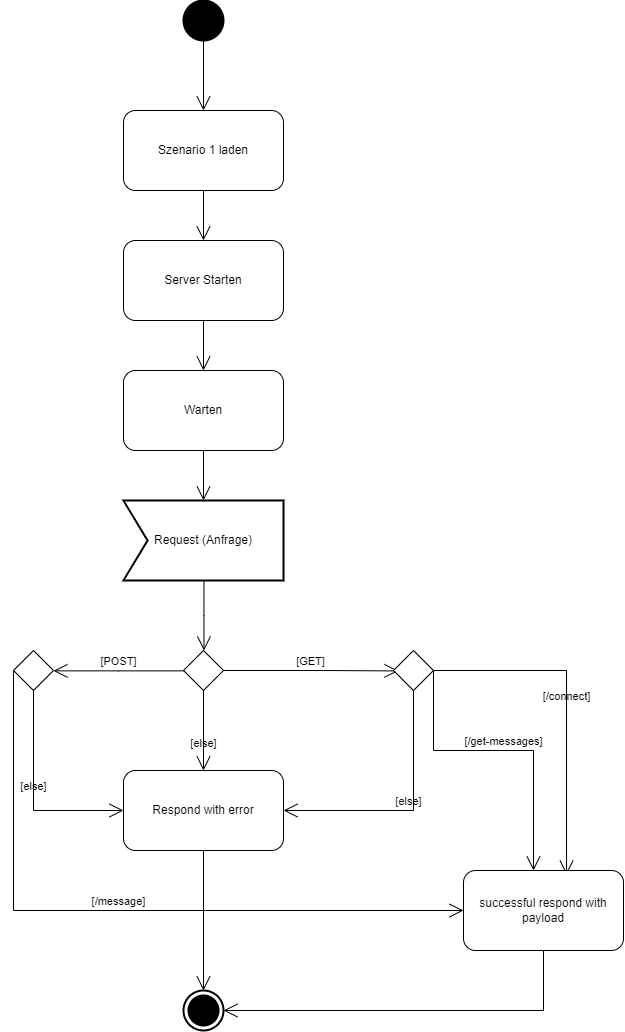
MoritzSkrepek/Diplomschrift keeps this draw.io diagram as images/serverStart.png. Above is the earlier version. Source tidied: cells renumbered, new cells last; positions are measured from the earlier drawing's top-left corner, leaving out a move shared by most shapes.
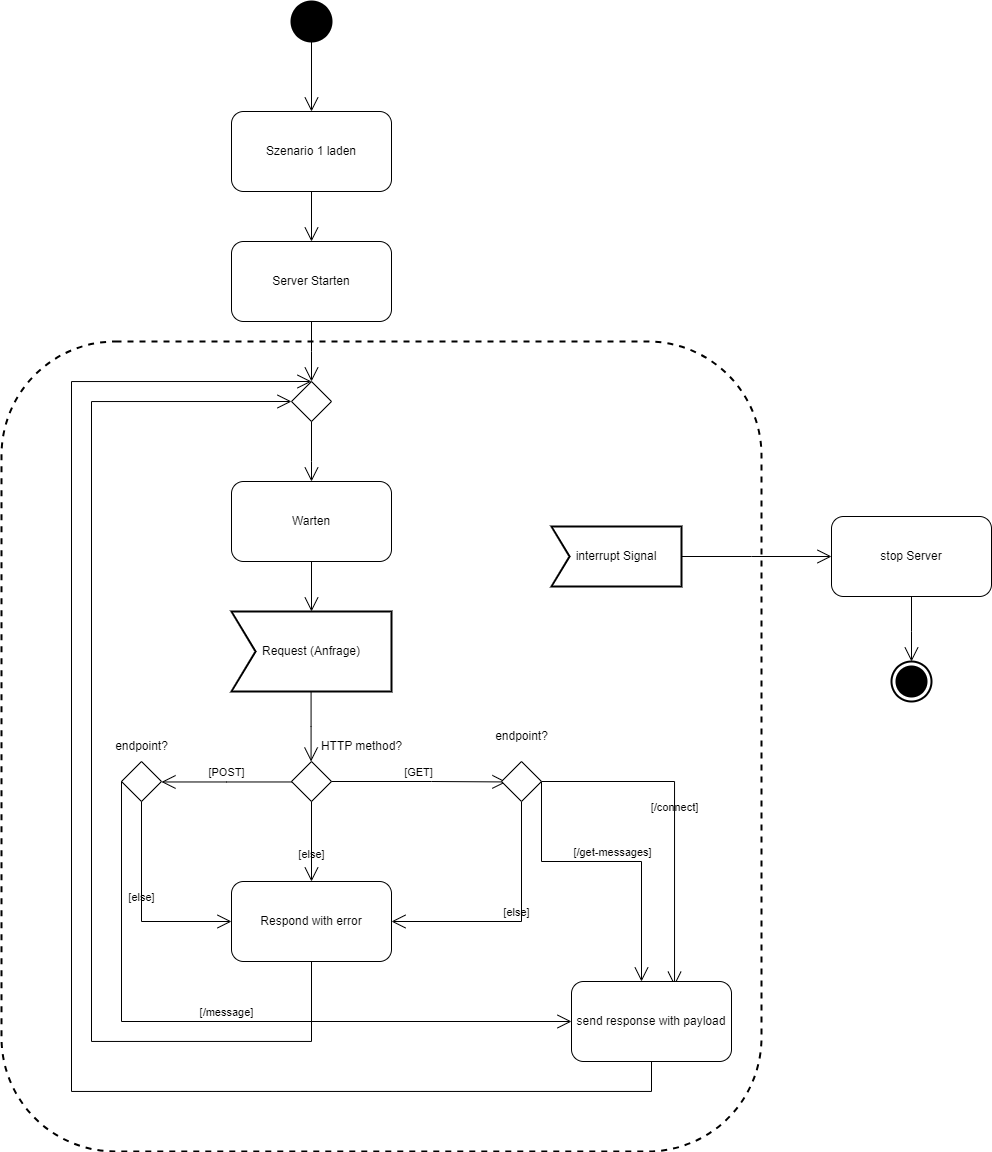
Above is the later version.

Commit message:
Server diagramm update

What changed in the source:
```diff
@@ -2,14 +2,17 @@
   <root>
     <mxCell id="0" />
     <mxCell id="1" parent="0" />
+    <mxCell id="28" style="shape=rect;html=1;rounded=1;dashed=1;strokeWidth=2;verticalAlign=top;whiteSpace=wrap;align=center;fillColor=none;" parent="1" vertex="1">
+      <mxGeometry x="-120" y="230" width="760" height="810" as="geometry" />
+    </mxCell>
     <mxCell id="2" style="shape=ellipse;html=1;fillColor=strokeColor;strokeWidth=2;verticalLabelPosition=bottom;verticalAlignment=top;perimeter=ellipsePerimeter;" parent="1" vertex="1">
-      <mxGeometry x="170" width="40" height="40" as="geometry" />
+      <mxGeometry x="170" y="-110" width="40" height="40" as="geometry" />
     </mxCell>
     <mxCell id="3" value="Szenario 1 laden" style="shape=rect;html=1;rounded=1;whiteSpace=wrap;align=center;" parent="1" vertex="1">
-      <mxGeometry x="110" y="110" width="160" height="80" as="geometry" />
+      <mxGeometry x="110" width="160" height="80" as="geometry" />
     </mxCell>
     <mxCell id="4" value="Server Starten" style="shape=rect;html=1;rounded=1;whiteSpace=wrap;align=center;" parent="1" vertex="1">
-      <mxGeometry x="110" y="240" width="160" height="80" as="geometry" />
+      <mxGeometry x="110" y="130" width="160" height="80" as="geometry" />
     </mxCell>
     <mxCell id="5" value="Warten" style="shape=rect;html=1;rounded=1;whiteSpace=wrap;align=center;" parent="1" vertex="1">
       <mxGeometry x="110" y="370" width="160" height="80" as="geometry" />
@@ -75,7 +78,7 @@
         </Array>
       </mxGeometry>
     </mxCell>
-    <mxCell id="18" value="successful respond with payload" style="shape=rect;html=1;rounded=1;whiteSpace=wrap;align=center;" parent="1" vertex="1">
+    <mxCell id="18" value="send response with payload" style="shape=rect;html=1;rounded=1;whiteSpace=wrap;align=center;" parent="1" vertex="1">
       <mxGeometry x="450" y="870" width="160" height="80" as="geometry" />
     </mxCell>
     <mxCell id="19" value="Respond with error" style="shape=rect;html=1;rounded=1;whiteSpace=wrap;align=center;" parent="1" vertex="1">
@@ -88,24 +91,24 @@
         </Array>
       </mxGeometry>
     </mxCell>
-    <mxCell id="21" style="edgeStyle=elbowEdgeStyle;html=1;elbow=horizontal;align=right;verticalAlign=bottom;endArrow=none;rounded=0;labelBackgroundColor=none;startArrow=open;startSize=12;" parent="1" edge="1" source="5" target="4">
+    <mxCell id="21" style="edgeStyle=elbowEdgeStyle;html=1;elbow=horizontal;align=right;verticalAlign=bottom;endArrow=none;rounded=0;labelBackgroundColor=none;startArrow=open;startSize=12;" parent="1" edge="1" source="29" target="4">
       <mxGeometry relative="1" as="geometry">
         <Array as="points">
-          <mxPoint x="160" y="435" />
+          <mxPoint x="190" y="240" />
         </Array>
       </mxGeometry>
     </mxCell>
     <mxCell id="22" style="edgeStyle=elbowEdgeStyle;html=1;elbow=horizontal;align=right;verticalAlign=bottom;endArrow=none;rounded=0;labelBackgroundColor=none;startArrow=open;startSize=12;" parent="1" edge="1" source="4" target="3">
       <mxGeometry relative="1" as="geometry">
         <Array as="points">
-          <mxPoint x="180" y="250" />
+          <mxPoint x="180" y="140" />
         </Array>
       </mxGeometry>
     </mxCell>
     <mxCell id="23" style="edgeStyle=elbowEdgeStyle;html=1;elbow=horizontal;align=right;verticalAlign=bottom;endArrow=none;rounded=0;labelBackgroundColor=none;startArrow=open;startSize=12;" parent="1" edge="1" source="3" target="2">
       <mxGeometry relative="1" as="geometry">
         <Array as="points">
-          <mxPoint x="190" y="190" />
+          <mxPoint x="190" y="80" />
         </Array>
       </mxGeometry>
     </mxCell>
@@ -113,21 +116,64 @@
       <mxGeometry x="380" y="650" width="40" height="40" as="geometry" />
     </mxCell>
     <mxCell id="25" style="html=1;shape=mxgraph.sysml.actFinal;strokeWidth=2;verticalLabelPosition=bottom;verticalAlignment=top;" parent="1" vertex="1">
-      <mxGeometry x="170" y="990" width="40" height="40" as="geometry" />
+      <mxGeometry x="770" y="550" width="40" height="40" as="geometry" />
     </mxCell>
-    <mxCell id="26" style="edgeStyle=elbowEdgeStyle;html=1;elbow=horizontal;align=right;verticalAlign=bottom;endArrow=none;rounded=0;labelBackgroundColor=none;startArrow=open;startSize=12;" parent="1" edge="1" source="25" target="19">
+    <mxCell id="26" style="edgeStyle=orthogonalEdgeStyle;html=1;elbow=horizontal;align=right;verticalAlign=bottom;endArrow=none;rounded=0;labelBackgroundColor=none;startArrow=open;startSize=12;exitX=0;exitY=0.5;exitDx=0;exitDy=0;entryX=0.5;entryY=1;entryDx=0;entryDy=0;" parent="1" edge="1" source="29" target="19">
       <mxGeometry relative="1" as="geometry">
         <Array as="points">
-          <mxPoint x="190" y="910" />
+          <mxPoint x="-30" y="290" />
+          <mxPoint x="-30" y="930" />
+          <mxPoint x="190" y="930" />
         </Array>
       </mxGeometry>
     </mxCell>
-    <mxCell id="27" style="edgeStyle=elbowEdgeStyle;html=1;elbow=horizontal;align=right;verticalAlign=bottom;endArrow=none;rounded=0;labelBackgroundColor=none;startArrow=open;startSize=12;entryX=0.5;entryY=1;entryDx=0;entryDy=0;exitX=1;exitY=0.5;exitDx=0;exitDy=0;exitPerimeter=0;" parent="1" edge="1" source="25" target="18">
+    <mxCell id="27" style="edgeStyle=orthogonalEdgeStyle;html=1;elbow=horizontal;align=right;verticalAlign=bottom;endArrow=none;rounded=0;labelBackgroundColor=none;startArrow=open;startSize=12;entryX=0.5;entryY=1;entryDx=0;entryDy=0;exitX=0.5;exitY=0;exitDx=0;exitDy=0;" parent="1" edge="1" source="29" target="18">
       <mxGeometry relative="1" as="geometry">
         <Array as="points">
-          <mxPoint x="530" y="1000" />
+          <mxPoint x="-50" y="270" />
+          <mxPoint x="-50" y="980" />
+          <mxPoint x="530" y="980" />
         </Array>
       </mxGeometry>
     </mxCell>
+    <mxCell id="29" style="shape=rhombus;html=1;verticalLabelPosition=bottom;verticalAlignment=top;" parent="1" vertex="1">
+      <mxGeometry x="170" y="270" width="40" height="40" as="geometry" />
+    </mxCell>
+    <mxCell id="30" style="edgeStyle=elbowEdgeStyle;html=1;elbow=horizontal;align=right;verticalAlign=bottom;endArrow=none;rounded=0;labelBackgroundColor=none;startArrow=open;startSize=12;" parent="1" edge="1" source="5" target="29">
+      <mxGeometry relative="1" as="geometry">
+        <Array as="points">
+          <mxPoint x="190" y="350" />
+        </Array>
+      </mxGeometry>
+    </mxCell>
+    <mxCell id="31" value="interrupt Signal" style="html=1;shape=mxgraph.sysml.accEvent;strokeWidth=2;whiteSpace=wrap;align=center;" parent="1" vertex="1">
+      <mxGeometry x="430" y="415" width="130" height="60" as="geometry" />
+    </mxCell>
+    <mxCell id="32" style="edgeStyle=elbowEdgeStyle;html=1;elbow=horizontal;align=right;verticalAlign=bottom;endArrow=none;rounded=0;labelBackgroundColor=none;startArrow=open;startSize=12;entryX=1;entryY=0.5;entryDx=0;entryDy=0;entryPerimeter=0;exitX=0;exitY=0.5;exitDx=0;exitDy=0;" parent="1" edge="1" source="33" target="31">
+      <mxGeometry relative="1" as="geometry">
+        <Array as="points">
+          <mxPoint x="630" y="440" />
+        </Array>
+      </mxGeometry>
+    </mxCell>
+    <mxCell id="33" value="stop Server" style="shape=rect;html=1;rounded=1;whiteSpace=wrap;align=center;" parent="1" vertex="1">
+      <mxGeometry x="710" y="405" width="160" height="80" as="geometry" />
+    </mxCell>
+    <mxCell id="34" style="edgeStyle=elbowEdgeStyle;html=1;elbow=horizontal;align=right;verticalAlign=bottom;endArrow=none;rounded=0;labelBackgroundColor=none;startArrow=open;startSize=12;entryX=0.5;entryY=1;entryDx=0;entryDy=0;" parent="1" edge="1" source="25" target="33">
+      <mxGeometry relative="1" as="geometry">
+        <Array as="points">
+          <mxPoint x="790" y="520" />
+        </Array>
+      </mxGeometry>
+    </mxCell>
+    <mxCell id="35" value="HTTP method?" style="text;html=1;align=center;verticalAlign=middle;strokeColor=none;fillColor=none;" parent="1" vertex="1">
+      <mxGeometry x="190" y="620" width="100" height="30" as="geometry" />
+    </mxCell>
+    <mxCell id="36" value="endpoint?" style="text;html=1;align=center;verticalAlign=middle;strokeColor=none;fillColor=none;" parent="1" vertex="1">
+      <mxGeometry x="-20" y="620" width="80" height="30" as="geometry" />
+    </mxCell>
+    <mxCell id="37" value="endpoint?" style="text;html=1;align=center;verticalAlign=middle;strokeColor=none;fillColor=none;" parent="1" vertex="1">
+      <mxGeometry x="360" y="610" width="80" height="30" as="geometry" />
+    </mxCell>
   </root>
 </mxGraphModel>
```
